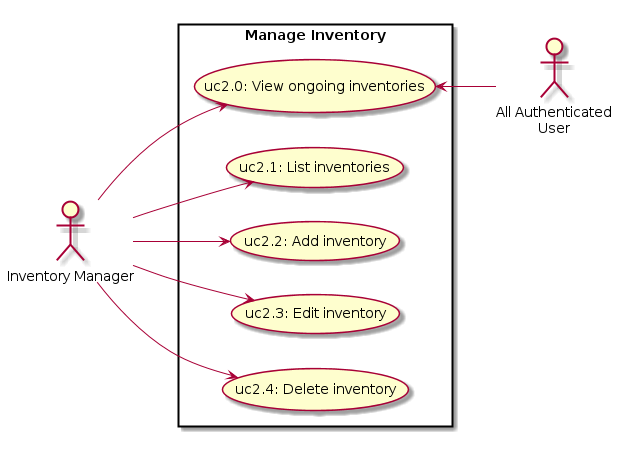
Earlier version of the PlantUML export docs/images/generated/uc2_inventory.png (aert/aert-farmerp).
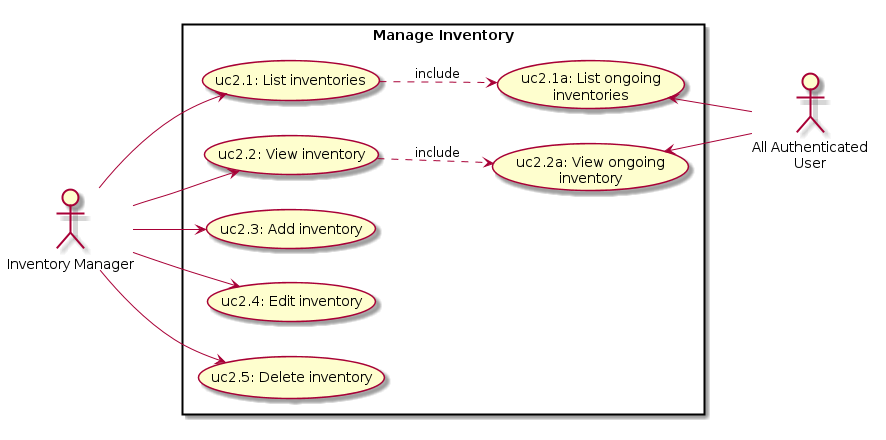
Above is the later version.

Commit message:
Better inventory guc.

What changed in the source:
```diff
@@ -7,19 +7,27 @@
 
 
    rectangle "Manage Inventory" {
-      (uc2.0: View ongoing inventories)  as (uc2.0)
       (uc2.1: List inventories)  as (uc2.1)
-      (uc2.2: Add inventory)    as (uc2.2)
-      (uc2.3: Edit inventory) as (uc2.3)
-      (uc2.4: Delete inventory) as (uc2.4)
+      (uc2.1a: List ongoing\ninventories)  as (uc2.1a)
+      (uc2.2: View inventory)  as (uc2.2)
+      (uc2.2a: View ongoing\ninventory)  as (uc2.2a)
+      (uc2.3: Add inventory)    as (uc2.3)
+      (uc2.4: Edit inventory) as (uc2.4)
+      (uc2.5: Delete inventory) as (uc2.5)
 
-      Inventory --> (uc2.0)
+      (uc2.1) ..> (uc2.1a) : include
+      (uc2.2) ..> (uc2.2a) : include
+
       Inventory --> (uc2.1)
       Inventory --> (uc2.2)
       Inventory --> (uc2.3)
       Inventory --> (uc2.4)
+      Inventory --> (uc2.5)
 
-      User  -left-> (uc2.0)
+
+      User  -left-> (uc2.1a)
+      User  -left-> (uc2.2a)
+
 
    }
 
```
